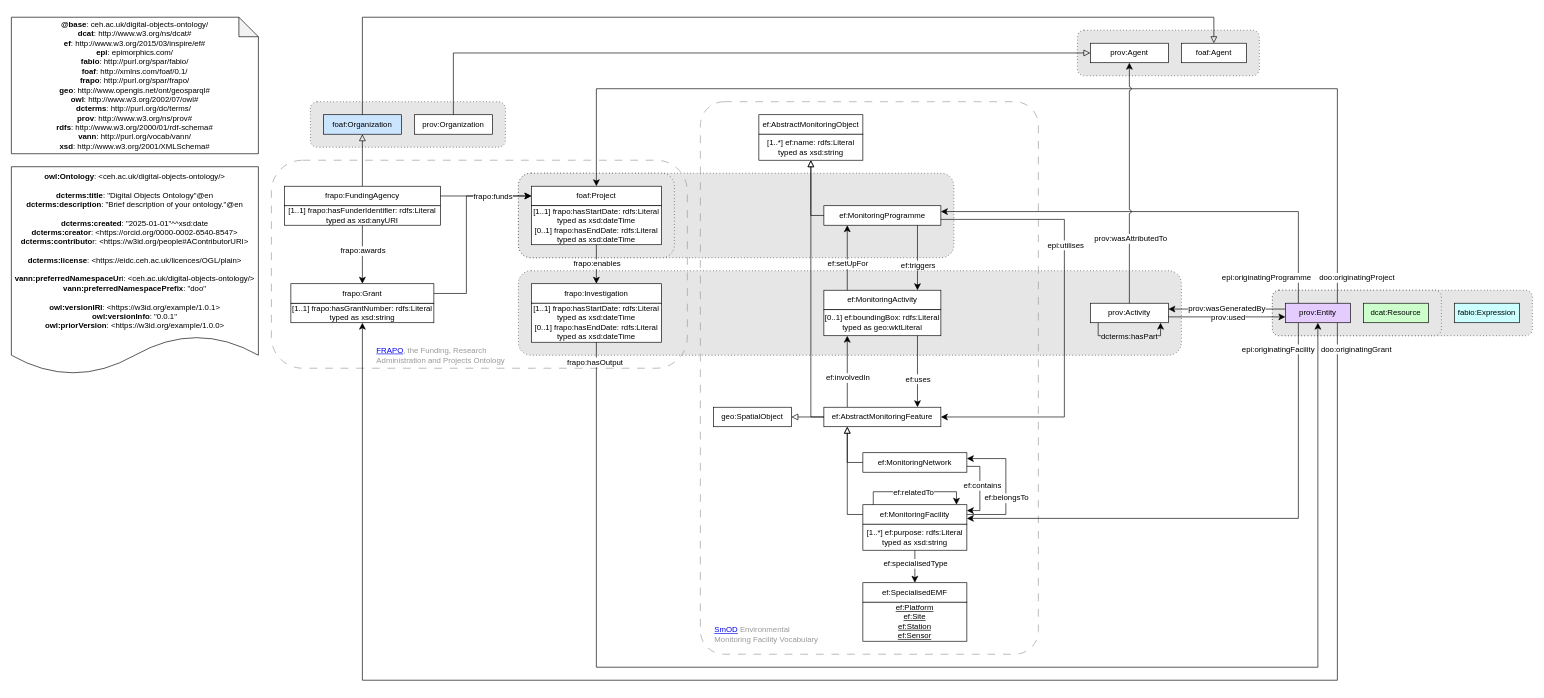
Before: page "ontology" (1 of 3) of ontology/digital_objects_ontology.drawio in NERC-CEH/digital-objects-ontology, a draw.io diagram. Source tidied: cells renumbered, new cells numbered last; positions are measured from the earlier drawing's top-left corner, leaving out a move shared by most shapes. Both pictures are drawn from the tidied source at 65%, with x=0, y=0 at pixel (11, 17).
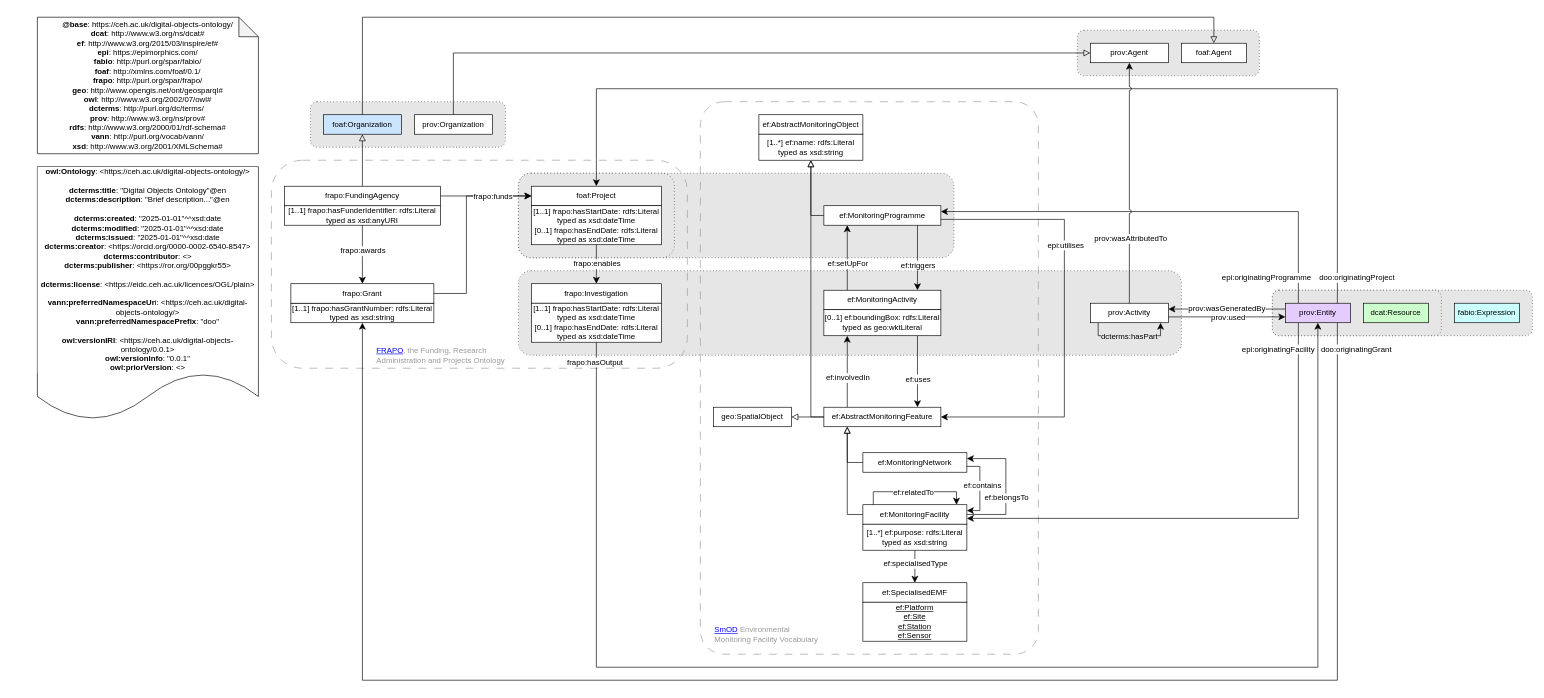
Above is the later version.

What changed in the source:
```diff
@@
-    <mxCell id="75" value="&lt;div&gt;&lt;b&gt;@base&lt;/b&gt;: ceh.ac.uk/digital-objects-ontology/&lt;/div&gt;&lt;div&gt;&lt;b&gt;dcat&lt;/b&gt;:&amp;nbsp;http://www.w3.org/ns/dcat#&lt;br&gt;&lt;/div&gt;&lt;div&gt;&lt;b style=&quot;background-color: transparent; color: light-dark(rgb(0, 0, 0), rgb(255, 255, 255));&quot;&gt;ef&lt;/b&gt;&lt;span style=&quot;background-color: transparent; color: light-dark(rgb(0, 0, 0), rgb(255, 255, 255));&quot;&gt;:&amp;nbsp;http://www.w3.org/2015/03/inspire/ef#&lt;/span&gt;&lt;br&gt;&lt;/div&gt;&lt;div&gt;&lt;b&gt;epi&lt;/b&gt;: epimorphics.com/&lt;/div&gt;&lt;div&gt;&lt;b&gt;fabio&lt;/b&gt;:&amp;nbsp;&lt;span style=&quot;background-color: transparent;&quot;&gt;http://purl.org/spar/fabio/&lt;/span&gt;&lt;/div&gt;&lt;div&gt;&lt;span style=&quot;background-color: transparent;&quot;&gt;&lt;b&gt;foaf&lt;/b&gt;:&amp;nbsp;&lt;/span&gt;&lt;span style=&quot;background-color: transparent;&quot;&gt;http://xmlns.com/foaf/0.1/&lt;/span&gt;&lt;/div&gt;&lt;div&gt;&lt;span style=&quot;background-color: transparent;&quot;&gt;&lt;b&gt;frapo&lt;/b&gt;:&amp;nbsp;&lt;/span&gt;&lt;span style=&quot;background-color: transparent; color: light-dark(rgb(0, 0, 0), rgb(255, 255, 255));&quot;&gt;http://purl.org/spar/frapo/&lt;/span&gt;&lt;/div&gt;&lt;div&gt;&lt;span style=&quot;background-color: transparent;&quot;&gt;&lt;b&gt;geo&lt;/b&gt;:&amp;nbsp;&lt;/span&gt;&lt;span style=&quot;background-color: transparent;&quot;&gt;http://www.opengis.net/ont/geosparql#&lt;/span&gt;&lt;/div&gt;&lt;div&gt;&lt;b style=&quot;background-color: transparent; color: light-dark(rgb(0, 0, 0), rgb(255, 255, 255));&quot;&gt;owl&lt;/b&gt;&lt;span style=&quot;background-color: transparent; color: light-dark(rgb(0, 0, 0), rgb(255, 255, 255));&quot;&gt;:&amp;nbsp;&lt;/span&gt;&lt;span style=&quot;background-color: transparent;&quot;&gt;http://www.w3.org/2002/07/owl#&lt;/span&gt;&lt;/div&gt;&lt;div&gt;&lt;b style=&quot;background-color: transparent; color: light-dark(rgb(0, 0, 0), rgb(255, 255, 255));&quot;&gt;dcterms&lt;/b&gt;&lt;span style=&quot;background-color: transparent; color: light-dark(rgb(0, 0, 0), rgb(255, 255, 255));&quot;&gt;:&amp;nbsp;&lt;/span&gt;&lt;span style=&quot;background-color: transparent;&quot;&gt;http://purl.org/dc/terms/&lt;/span&gt;&lt;span style=&quot;background-color: transparent; color: light-dark(rgb(0, 0, 0), rgb(255, 255, 255));&quot;&gt;&amp;nbsp;&lt;/span&gt;&lt;/div&gt;&lt;div&gt;&lt;b style=&quot;background-color: transparent; color: light-dark(rgb(0, 0, 0), rgb(255, 255, 255));&quot;&gt;prov&lt;/b&gt;&lt;span style=&quot;background-color: transparent; color: light-dark(rgb(0, 0, 0), rgb(255, 255, 255));&quot;&gt;:&lt;/span&gt;&lt;span style=&quot;background-color: transparent; color: light-dark(rgb(0, 0, 0), rgb(255, 255, 255));&quot;&gt;&amp;nbsp;http://www.w3.org/ns/prov#&lt;/span&gt;&lt;br&gt;&lt;/div&gt;&lt;div&gt;&lt;span style=&quot;background-color: transparent; color: light-dark(rgb(0, 0, 0), rgb(255, 255, 255));&quot;&gt;&lt;b&gt;rdfs&lt;/b&gt;:&amp;nbsp;&lt;/span&gt;&lt;span style=&quot;background-color: transparent;&quot;&gt;http://www.w3.org/2000/01/rdf-schema#&lt;/span&gt;&lt;/div&gt;&lt;div&gt;&lt;span style=&quot;background-color: transparent;&quot;&gt;&lt;b&gt;vann&lt;/b&gt;:&amp;nbsp;&lt;/span&gt;&lt;span style=&quot;background-color: transparent;&quot;&gt;http://purl.org/vocab/vann/&lt;/span&gt;&lt;/div&gt;&lt;div&gt;&lt;span style=&quot;background-color: transparent; color: light-dark(rgb(0, 0, 0), rgb(255, 255, 255));&quot;&gt;&lt;b&gt;xsd&lt;/b&gt;:&amp;nbsp;&lt;/span&gt;&lt;span style=&quot;background-color: transparent;&quot;&gt;http://www.w3.org/2001/XMLSchema#&lt;/span&gt;&lt;/div&gt;" style="shape=note;whiteSpace=wrap;html=1;backgroundOutline=1;darkOpacity=0.05;" parent="1" vertex="1">
-      <mxGeometry width="380" height="210" as="geometry" />
+    <mxCell id="75" value="&lt;div&gt;&lt;b&gt;@base&lt;/b&gt;: https://ceh.ac.uk/digital-objects-ontology/&lt;/div&gt;&lt;div&gt;&lt;b&gt;dcat&lt;/b&gt;:&amp;nbsp;http://www.w3.org/ns/dcat#&lt;br&gt;&lt;/div&gt;&lt;div&gt;&lt;b style=&quot;background-color: transparent; color: light-dark(rgb(0, 0, 0), rgb(255, 255, 255));&quot;&gt;ef&lt;/b&gt;&lt;span style=&quot;background-color: transparent; color: light-dark(rgb(0, 0, 0), rgb(255, 255, 255));&quot;&gt;:&amp;nbsp;http://www.w3.org/2015/03/inspire/ef#&lt;/span&gt;&lt;br&gt;&lt;/div&gt;&lt;div&gt;&lt;b&gt;epi&lt;/b&gt;:&amp;nbsp;&lt;span style=&quot;background-color: transparent; color: light-dark(rgb(0, 0, 0), rgb(255, 255, 255));&quot;&gt;https://&lt;/span&gt;&lt;span style=&quot;background-color: transparent; color: light-dark(rgb(0, 0, 0), rgb(255, 255, 255));&quot;&gt;epimorphics.com/&lt;/span&gt;&lt;/div&gt;&lt;div&gt;&lt;b&gt;fabio&lt;/b&gt;:&amp;nbsp;&lt;span style=&quot;background-color: transparent;&quot;&gt;http://purl.org/spar/fabio/&lt;/span&gt;&lt;/div&gt;&lt;div&gt;&lt;span style=&quot;background-color: transparent;&quot;&gt;&lt;b&gt;foaf&lt;/b&gt;:&amp;nbsp;&lt;/span&gt;&lt;span style=&quot;background-color: transparent;&quot;&gt;http://xmlns.com/foaf/0.1/&lt;/span&gt;&lt;/div&gt;&lt;div&gt;&lt;span style=&quot;background-color: transparent;&quot;&gt;&lt;b&gt;frapo&lt;/b&gt;:&amp;nbsp;&lt;/span&gt;&lt;span style=&quot;background-color: transparent; color: light-dark(rgb(0, 0, 0), rgb(255, 255, 255));&quot;&gt;http://purl.org/spar/frapo/&lt;/span&gt;&lt;/div&gt;&lt;div&gt;&lt;span style=&quot;background-color: transparent;&quot;&gt;&lt;b&gt;geo&lt;/b&gt;:&amp;nbsp;&lt;/span&gt;&lt;span style=&quot;background-color: transparent;&quot;&gt;http://www.opengis.net/ont/geosparql#&lt;/span&gt;&lt;/div&gt;&lt;div&gt;&lt;b style=&quot;background-color: transparent; color: light-dark(rgb(0, 0, 0), rgb(255, 255, 255));&quot;&gt;owl&lt;/b&gt;&lt;span style=&quot;background-color: transparent; color: light-dark(rgb(0, 0, 0), rgb(255, 255, 255));&quot;&gt;:&amp;nbsp;&lt;/span&gt;&lt;span style=&quot;background-color: transparent;&quot;&gt;http://www.w3.org/2002/07/owl#&lt;/span&gt;&lt;/div&gt;&lt;div&gt;&lt;b style=&quot;background-color: transparent; color: light-dark(rgb(0, 0, 0), rgb(255, 255, 255));&quot;&gt;dcterms&lt;/b&gt;&lt;span style=&quot;background-color: transparent; color: light-dark(rgb(0, 0, 0), rgb(255, 255, 255));&quot;&gt;:&amp;nbsp;&lt;/span&gt;&lt;span style=&quot;background-color: transparent;&quot;&gt;http://purl.org/dc/terms/&lt;/span&gt;&lt;span style=&quot;background-color: transparent; color: light-dark(rgb(0, 0, 0), rgb(255, 255, 255));&quot;&gt;&amp;nbsp;&lt;/span&gt;&lt;/div&gt;&lt;div&gt;&lt;b style=&quot;background-color: transparent; color: light-dark(rgb(0, 0, 0), rgb(255, 255, 255));&quot;&gt;prov&lt;/b&gt;&lt;span style=&quot;background-color: transparent; color: light-dark(rgb(0, 0, 0), rgb(255, 255, 255));&quot;&gt;:&lt;/span&gt;&lt;span style=&quot;background-color: transparent; color: light-dark(rgb(0, 0, 0), rgb(255, 255, 255));&quot;&gt;&amp;nbsp;http://www.w3.org/ns/prov#&lt;/span&gt;&lt;br&gt;&lt;/div&gt;&lt;div&gt;&lt;span style=&quot;background-color: transparent; color: light-dark(rgb(0, 0, 0), rgb(255, 255, 255));&quot;&gt;&lt;b&gt;rdfs&lt;/b&gt;:&amp;nbsp;&lt;/span&gt;&lt;span style=&quot;background-color: transparent;&quot;&gt;http://www.w3.org/2000/01/rdf-schema#&lt;/span&gt;&lt;/div&gt;&lt;div&gt;&lt;span style=&quot;background-color: transparent;&quot;&gt;&lt;b&gt;vann&lt;/b&gt;:&amp;nbsp;&lt;/span&gt;&lt;span style=&quot;background-color: transparent;&quot;&gt;http://purl.org/vocab/vann/&lt;/span&gt;&lt;/div&gt;&lt;div&gt;&lt;span style=&quot;background-color: transparent; color: light-dark(rgb(0, 0, 0), rgb(255, 255, 255));&quot;&gt;&lt;b&gt;xsd&lt;/b&gt;:&amp;nbsp;&lt;/span&gt;&lt;span style=&quot;background-color: transparent;&quot;&gt;http://www.w3.org/2001/XMLSchema#&lt;/span&gt;&lt;/div&gt;" style="shape=note;whiteSpace=wrap;html=1;backgroundOutline=1;darkOpacity=0.05;" parent="1" vertex="1">
+      <mxGeometry x="40" width="340" height="210" as="geometry" />
     </mxCell>
@@
-    <mxCell id="85" value="&lt;div&gt;&lt;b style=&quot;border-color: var(--border-color);&quot;&gt;owl:Ontology&lt;/b&gt;: &amp;lt;ceh.ac.uk/digital-objects-ontology/&amp;gt;&lt;b&gt;&lt;br&gt;&lt;/b&gt;&lt;/div&gt;&lt;div&gt;&lt;b&gt;&lt;br&gt;&lt;/b&gt;&lt;/div&gt;&lt;div&gt;&lt;b&gt;dcterms:title&lt;/b&gt;: &quot;Digital Objects Ontology&quot;@en &lt;br&gt;&lt;b&gt;dc&lt;/b&gt;&lt;b style=&quot;color: light-dark(rgb(0, 0, 0), rgb(237, 237, 237));&quot;&gt;terms&lt;/b&gt;&lt;b style=&quot;background-color: light-dark(rgb(255, 255, 255), rgb(18, 18, 18)); color: light-dark(rgb(0, 0, 0), rgb(237, 237, 237));&quot;&gt;:description&lt;/b&gt;&lt;span style=&quot;background-color: light-dark(rgb(255, 255, 255), rgb(18, 18, 18)); color: light-dark(rgb(0, 0, 0), rgb(237, 237, 237));&quot;&gt;: &quot;Brief description of your ontology.&quot;@en&lt;/span&gt;&lt;/div&gt;&lt;div&gt;&lt;br&gt;&lt;b&gt;dc&lt;/b&gt;&lt;b style=&quot;color: light-dark(rgb(0, 0, 0), rgb(237, 237, 237));&quot;&gt;terms&lt;/b&gt;&lt;b style=&quot;background-color: light-dark(rgb(255, 255, 255), rgb(18, 18, 18)); color: light-dark(rgb(0, 0, 0), rgb(237, 237, 237));&quot;&gt;:created&lt;/b&gt;&lt;span style=&quot;background-color: light-dark(rgb(255, 255, 255), rgb(18, 18, 18)); color: light-dark(rgb(0, 0, 0), rgb(237, 237, 237));&quot;&gt;: &quot;2025-01-01&quot;^^xsd:date&lt;/span&gt;&lt;/div&gt;&lt;div&gt;&lt;b&gt;dc&lt;/b&gt;&lt;b style=&quot;color: light-dark(rgb(0, 0, 0), rgb(237, 237, 237));&quot;&gt;terms&lt;/b&gt;&lt;b style=&quot;background-color: light-dark(rgb(255, 255, 255), rgb(18, 18, 18)); color: light-dark(rgb(0, 0, 0), rgb(237, 237, 237));&quot;&gt;:creator&lt;/b&gt;&lt;span style=&quot;background-color: light-dark(rgb(255, 255, 255), rgb(18, 18, 18)); color: light-dark(rgb(0, 0, 0), rgb(237, 237, 237));&quot;&gt;: &amp;lt;https://orcid.org/0000-0002-6540-8547&amp;gt;&lt;/span&gt;&lt;/div&gt;&lt;div&gt;&lt;b&gt;dc&lt;/b&gt;&lt;b style=&quot;color: light-dark(rgb(0, 0, 0), rgb(237, 237, 237));&quot;&gt;terms&lt;/b&gt;&lt;b style=&quot;background-color: light-dark(rgb(255, 255, 255), rgb(18, 18, 18)); color: light-dark(rgb(0, 0, 0), rgb(237, 237, 237));&quot;&gt;:contributo&lt;/b&gt;&lt;span style=&quot;background-color: light-dark(rgb(255, 255, 255), rgb(18, 18, 18)); color: light-dark(rgb(0, 0, 0), rgb(237, 237, 237));&quot;&gt;r: &amp;lt;https://w3id.org/people#AContributorURI&amp;gt;&lt;/span&gt;&lt;/div&gt;&lt;div&gt;&lt;br&gt;&lt;b&gt;dc&lt;/b&gt;&lt;b style=&quot;color: light-dark(rgb(0, 0, 0), rgb(237, 237, 237));&quot;&gt;terms&lt;/b&gt;&lt;b style=&quot;background-color: light-dark(rgb(255, 255, 255), rgb(18, 18, 18)); color: light-dark(rgb(0, 0, 0), rgb(237, 237, 237));&quot;&gt;:license&lt;/b&gt;&lt;span style=&quot;background-color: light-dark(rgb(255, 255, 255), rgb(18, 18, 18)); color: light-dark(rgb(0, 0, 0), rgb(237, 237, 237));&quot;&gt;: &amp;lt;https://eidc.ceh.ac.uk/licences/OGL/plain&amp;gt;&lt;/span&gt;&lt;/div&gt;&lt;div&gt;&lt;br&gt;&lt;/div&gt;&lt;div&gt;&lt;b&gt;vann:preferredNamespaceUr&lt;/b&gt;i: &amp;lt;&lt;span style=&quot;background-color: rgb(251, 251, 251);&quot;&gt;ceh.ac.uk/digital-objects-ontology/&lt;/span&gt;&amp;gt;&lt;br&gt;&lt;b&gt;vann:preferredNamespacePrefix&lt;/b&gt;: &quot;doo&quot; &lt;br&gt;&lt;br&gt;&lt;b&gt;owl:versionIRI&lt;/b&gt;: &amp;lt;https://w3id.org/example/1.0.1&amp;gt;&lt;br&gt;&lt;b&gt;owl:versionInfo&lt;/b&gt;: &quot;0.0.1&quot;&lt;br&gt;&lt;b&gt;owl:priorVersion&lt;/b&gt;: &amp;lt;https://w3id.org/example/1.0.0&amp;gt;&lt;br&gt;&lt;/div&gt;" style="shape=document;whiteSpace=wrap;html=1;boundedLbl=1;labelBackgroundColor=#ffffff;strokeColor=#000000;fontSize=12;fontColor=#000000;size=0.1875;" parent="1" vertex="1">
-      <mxGeometry y="230" width="380" height="320" as="geometry" />
+    <mxCell id="85" value="&lt;div&gt;&lt;b style=&quot;border-color: var(--border-color);&quot;&gt;owl:Ontology&lt;/b&gt;: &amp;lt;&lt;span style=&quot;background-color: rgb(251, 251, 251); color: light-dark(rgb(0, 0, 0), rgb(237, 237, 237));&quot;&gt;https://&lt;/span&gt;&lt;span style=&quot;background-color: light-dark(rgb(255, 255, 255), rgb(18, 18, 18)); color: light-dark(rgb(0, 0, 0), rgb(237, 237, 237));&quot;&gt;ceh.ac.uk/digital-objects-ontology/&amp;gt;&lt;/span&gt;&lt;/div&gt;&lt;div&gt;&lt;b&gt;&lt;br&gt;&lt;/b&gt;&lt;/div&gt;&lt;div&gt;&lt;b&gt;dcterms:title&lt;/b&gt;: &quot;Digital Objects Ontology&quot;@en &lt;br&gt;&lt;b&gt;dc&lt;/b&gt;&lt;b style=&quot;color: light-dark(rgb(0, 0, 0), rgb(237, 237, 237));&quot;&gt;terms&lt;/b&gt;&lt;b style=&quot;background-color: light-dark(rgb(255, 255, 255), rgb(18, 18, 18)); color: light-dark(rgb(0, 0, 0), rgb(237, 237, 237));&quot;&gt;:description&lt;/b&gt;&lt;span style=&quot;background-color: light-dark(rgb(255, 255, 255), rgb(18, 18, 18)); color: light-dark(rgb(0, 0, 0), rgb(237, 237, 237));&quot;&gt;: &quot;Brief description...&quot;@en&lt;/span&gt;&lt;/div&gt;&lt;div&gt;&lt;br&gt;&lt;b&gt;dc&lt;/b&gt;&lt;b style=&quot;color: light-dark(rgb(0, 0, 0), rgb(237, 237, 237));&quot;&gt;terms&lt;/b&gt;&lt;b style=&quot;background-color: light-dark(rgb(255, 255, 255), rgb(18, 18, 18)); color: light-dark(rgb(0, 0, 0), rgb(237, 237, 237));&quot;&gt;:created&lt;/b&gt;&lt;span style=&quot;background-color: light-dark(rgb(255, 255, 255), rgb(18, 18, 18)); color: light-dark(rgb(0, 0, 0), rgb(237, 237, 237));&quot;&gt;: &quot;2025-01-01&quot;^^xsd:date&lt;/span&gt;&lt;/div&gt;&lt;div&gt;&lt;div&gt;&lt;b&gt;dc&lt;/b&gt;&lt;b style=&quot;color: light-dark(rgb(0, 0, 0), rgb(237, 237, 237));&quot;&gt;terms&lt;/b&gt;&lt;b style=&quot;background-color: light-dark(rgb(255, 255, 255), rgb(18, 18, 18)); color: light-dark(rgb(0, 0, 0), rgb(237, 237, 237));&quot;&gt;:modified&lt;/b&gt;&lt;span style=&quot;background-color: light-dark(rgb(255, 255, 255), rgb(18, 18, 18)); color: light-dark(rgb(0, 0, 0), rgb(237, 237, 237));&quot;&gt;: &quot;2025-01-01&quot;^^xsd:date&lt;/span&gt;&lt;/div&gt;&lt;/div&gt;&lt;div&gt;&lt;div&gt;&lt;b&gt;dc&lt;/b&gt;&lt;b style=&quot;color: light-dark(rgb(0, 0, 0), rgb(237, 237, 237));&quot;&gt;terms&lt;/b&gt;&lt;b style=&quot;background-color: light-dark(rgb(255, 255, 255), rgb(18, 18, 18)); color: light-dark(rgb(0, 0, 0), rgb(237, 237, 237));&quot;&gt;:issued&lt;/b&gt;&lt;span style=&quot;background-color: light-dark(rgb(255, 255, 255), rgb(18, 18, 18)); color: light-dark(rgb(0, 0, 0), rgb(237, 237, 237));&quot;&gt;: &quot;2025-01-01&quot;^^xsd:date&lt;/span&gt;&lt;/div&gt;&lt;/div&gt;&lt;div&gt;&lt;b style=&quot;background-color: light-dark(rgb(255, 255, 255), rgb(18, 18, 18)); color: light-dark(rgb(0, 0, 0), rgb(237, 237, 237));&quot;&gt;dc&lt;/b&gt;&lt;b style=&quot;background-color: light-dark(rgb(255, 255, 255), rgb(18, 18, 18)); color: light-dark(rgb(0, 0, 0), rgb(237, 237, 237));&quot;&gt;terms&lt;/b&gt;&lt;b style=&quot;color: light-dark(rgb(0, 0, 0), rgb(237, 237, 237)); background-color: light-dark(rgb(255, 255, 255), rgb(18, 18, 18));&quot;&gt;:creator&lt;/b&gt;&lt;span style=&quot;color: light-dark(rgb(0, 0, 0), rgb(237, 237, 237)); background-color: light-dark(rgb(255, 255, 255), rgb(18, 18, 18));&quot;&gt;: &amp;lt;ht&lt;/span&gt;&lt;span style=&quot;color: light-dark(rgb(0, 0, 0), rgb(237, 237, 237)); background-color: light-dark(rgb(255, 255, 255), rgb(18, 18, 18));&quot;&gt;&lt;font style=&quot;color: rgb(0, 0, 0);&quot;&gt;tps://orcid.org/0000-0002-6540-8547&amp;gt;&lt;/font&gt;&lt;/span&gt;&lt;br&gt;&lt;/div&gt;&lt;div&gt;&lt;b style=&quot;background-color: light-dark(rgb(255, 255, 255), rgb(18, 18, 18)); color: light-dark(rgb(0, 0, 0), rgb(237, 237, 237));&quot;&gt;dc&lt;/b&gt;&lt;b style=&quot;background-color: light-dark(rgb(255, 255, 255), rgb(18, 18, 18)); color: light-dark(rgb(0, 0, 0), rgb(237, 237, 237));&quot;&gt;terms&lt;/b&gt;&lt;b style=&quot;color: light-dark(rgb(0, 0, 0), rgb(237, 237, 237)); background-color: light-dark(rgb(255, 255, 255), rgb(18, 18, 18));&quot;&gt;:contributor&lt;/b&gt;&lt;span style=&quot;color: light-dark(rgb(0, 0, 0), rgb(237, 237, 237)); background-color: light-dark(rgb(255, 255, 255), rgb(18, 18, 18));&quot;&gt;: &amp;lt;&lt;/span&gt;&lt;span style=&quot;color: light-dark(rgb(0, 0, 0), rgb(237, 237, 237)); background-color: light-dark(rgb(255, 255, 255), rgb(18, 18, 18));&quot;&gt;&lt;font style=&quot;color: rgb(0, 0, 0);&quot;&gt;&amp;gt;&lt;/font&gt;&lt;/span&gt;&lt;br&gt;&lt;/div&gt;&lt;div&gt;&lt;font style=&quot;color: rgb(0, 0, 0);&quot;&gt;&lt;b&gt;dc&lt;/b&gt;&lt;b style=&quot;&quot;&gt;terms&lt;/b&gt;&lt;b style=&quot;background-color: light-dark(rgb(255, 255, 255), rgb(18, 18, 18));&quot;&gt;:publisher&lt;/b&gt;&lt;span style=&quot;background-color: light-dark(rgb(255, 255, 255), rgb(18, 18, 18));&quot;&gt;: &amp;lt;https://ror.org/00pggkr55&amp;gt;&lt;/span&gt;&lt;/font&gt;&lt;/div&gt;&lt;div&gt;&lt;br&gt;&lt;b&gt;dc&lt;/b&gt;&lt;b style=&quot;color: light-dark(rgb(0, 0, 0), rgb(237, 237, 237));&quot;&gt;terms&lt;/b&gt;&lt;b style=&quot;background-color: light-dark(rgb(255, 255, 255), rgb(18, 18, 18)); color: light-dark(rgb(0, 0, 0), rgb(237, 237, 237));&quot;&gt;:license&lt;/b&gt;&lt;span style=&quot;background-color: light-dark(rgb(255, 255, 255), rgb(18, 18, 18)); color: light-dark(rgb(0, 0, 0), rgb(237, 237, 237));&quot;&gt;: &amp;lt;https://eidc.ceh.ac.uk/licences/OGL/plain&amp;gt;&lt;/span&gt;&lt;/div&gt;&lt;div&gt;&lt;br&gt;&lt;/div&gt;&lt;div&gt;&lt;b&gt;vann:preferredNamespaceUr&lt;/b&gt;i: &amp;lt;&lt;span style=&quot;background-color: rgb(251, 251, 251); color: light-dark(rgb(0, 0, 0), rgb(237, 237, 237));&quot;&gt;https://&lt;/span&gt;&lt;span style=&quot;color: light-dark(rgb(0, 0, 0), rgb(237, 237, 237)); background-color: rgb(251, 251, 251);&quot;&gt;ceh.ac.uk/digital-objects-ontology/&lt;/span&gt;&lt;span style=&quot;background-color: light-dark(rgb(255, 255, 255), rgb(18, 18, 18)); color: light-dark(rgb(0, 0, 0), rgb(237, 237, 237));&quot;&gt;&amp;gt;&lt;/span&gt;&lt;/div&gt;&lt;div&gt;&lt;b&gt;vann:preferredNamespacePrefix&lt;/b&gt;: &quot;doo&quot; &lt;br&gt;&lt;br&gt;&lt;b&gt;owl:versionIRI&lt;/b&gt;: &amp;lt;&lt;span style=&quot;color: light-dark(rgb(0, 0, 0), rgb(237, 237, 237)); background-color: rgb(251, 251, 251);&quot;&gt;https://&lt;/span&gt;&lt;span style=&quot;color: light-dark(rgb(0, 0, 0), rgb(237, 237, 237)); background-color: light-dark(rgb(255, 255, 255), rgb(18, 18, 18));&quot;&gt;ceh.ac.uk/digital-objects-ontology/&lt;/span&gt;0.0.1&amp;gt;&lt;br&gt;&lt;b&gt;owl:versionInfo&lt;/b&gt;: &quot;0.0.1&quot;&lt;br&gt;&lt;b&gt;owl:priorVersion&lt;/b&gt;: &amp;lt;&amp;gt;&lt;br&gt;&lt;/div&gt;" style="shape=document;whiteSpace=wrap;html=1;boundedLbl=1;labelBackgroundColor=#ffffff;strokeColor=#000000;fontSize=12;fontColor=#000000;size=0.1875;" parent="1" vertex="1">
+      <mxGeometry x="40" y="230" width="340" height="390" as="geometry" />
     </mxCell>
```
